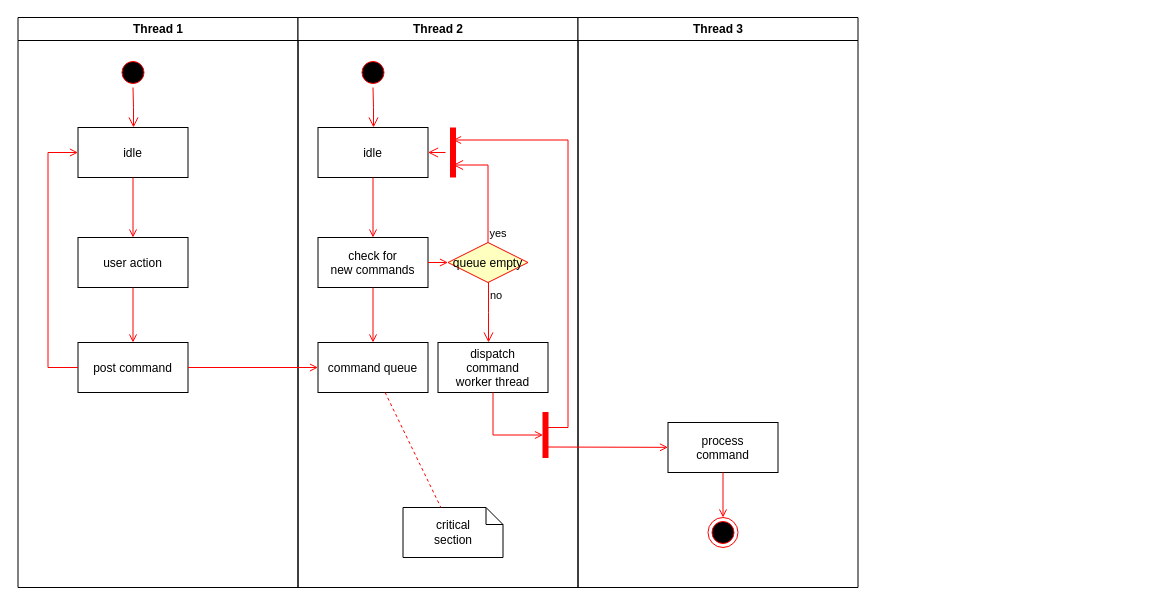
The draw.io diagram page "swimlane 1" (1 of 4) of activity diagram.drawio in Rubibodadoo/drawio-, before the edit. Source tidied: cells renumbered, new cells numbered last; positions are measured from the earlier drawing's top-left corner, leaving out a move shared by most shapes. Both pictures are drawn from the tidied source at 100%, with x=0, y=0 at pixel (17, 17).
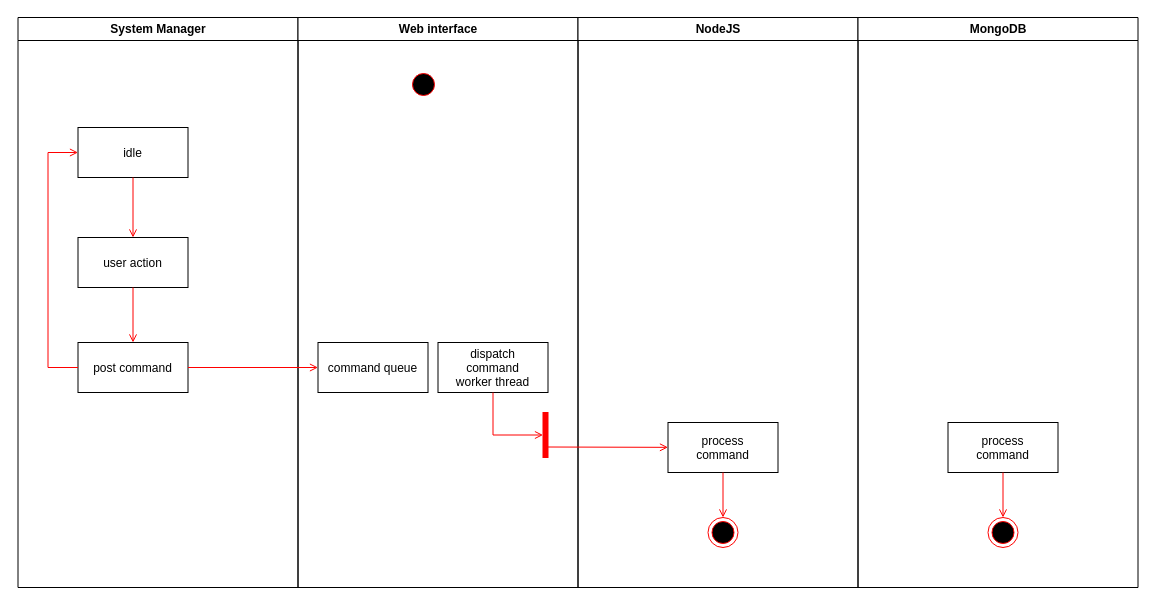
After the change.

The change refers to these unchanged cells:
```xml
<mxCell id="5" value="idle" parent="2" vertex="1">
  <mxGeometry x="60" y="110" width="110" height="50" as="geometry" />
</mxCell>
<mxCell id="17" value="command queue" parent="11" vertex="1">
  <mxGeometry x="20" y="325" width="110" height="50" as="geometry" />
</mxCell>
<mxCell id="25" value="dispatch&#10;command&#10;worker thread" parent="11" vertex="1">
  <mxGeometry x="140" y="325" width="110" height="50" as="geometry" />
</mxCell>
```

Diff of the diagram source:
```diff
@@
-    <mxCell id="2" value="Thread 1" style="swimlane;whiteSpace=wrap;" parent="1" vertex="1">
+    <mxCell id="2" value="System Manager" style="swimlane;whiteSpace=wrap;" parent="1" vertex="1">
       <mxGeometry x="0.5" width="280" height="570" as="geometry" />
     </mxCell>
-    <mxCell id="3" style="ellipse;shape=startState;fillColor=#000000;strokeColor=#ff0000;" parent="2" vertex="1">
-      <mxGeometry x="100" y="40" width="30" height="30" as="geometry" />
-    </mxCell>
-    <mxCell id="4" style="edgeStyle=elbowEdgeStyle;elbow=horizontal;verticalAlign=bottom;endArrow=open;endSize=8;strokeColor=#FF0000;endFill=1;rounded=0;" parent="2" edge="1" source="3" target="5">
-      <mxGeometry x="100" y="40" as="geometry" />
-    </mxCell>
@@
-    <mxCell id="11" value="Thread 2" style="swimlane;whiteSpace=wrap;" parent="1" vertex="1">
+    <mxCell id="11" value="Web interface" style="swimlane;whiteSpace=wrap;startSize=23;" parent="1" vertex="1">
       <mxGeometry x="280.5" width="280" height="570" as="geometry" />
     </mxCell>
-    <mxCell id="12" style="ellipse;shape=startState;fillColor=#000000;strokeColor=#ff0000;" parent="11" vertex="1">
-      <mxGeometry x="60" y="40" width="30" height="30" as="geometry" />
-    </mxCell>
-    <mxCell id="13" style="edgeStyle=elbowEdgeStyle;elbow=horizontal;verticalAlign=bottom;endArrow=open;endSize=8;strokeColor=#FF0000;endFill=1;rounded=0;" parent="11" edge="1" source="12" target="14">
-      <mxGeometry x="40" y="20" as="geometry" />
-    </mxCell>
-    <mxCell id="14" value="idle" parent="11" vertex="1">
-      <mxGeometry x="20" y="110" width="110" height="50" as="geometry" />
-    </mxCell>
-    <mxCell id="15" value="check for &#10;new commands" parent="11" vertex="1">
-      <mxGeometry x="20" y="220" width="110" height="50" as="geometry" />
-    </mxCell>
-    <mxCell id="16" style="endArrow=open;strokeColor=#FF0000;endFill=1;rounded=0;" parent="11" edge="1" source="14" target="15">
-      <mxGeometry relative="1" as="geometry" />
-    </mxCell>
@@
-    <mxCell id="18" style="endArrow=open;strokeColor=#FF0000;endFill=1;rounded=0;" parent="11" edge="1" source="15" target="17">
-      <mxGeometry relative="1" as="geometry" />
-    </mxCell>
-    <mxCell id="19" value="queue empty" style="rhombus;fillColor=#ffffc0;strokeColor=#ff0000;" parent="11" vertex="1">
-      <mxGeometry x="150" y="225" width="80" height="40" as="geometry" />
-    </mxCell>
-    <mxCell id="20" value="yes" style="edgeStyle=elbowEdgeStyle;elbow=horizontal;align=left;verticalAlign=bottom;endArrow=open;endSize=8;strokeColor=#FF0000;exitX=0.5;exitY=0;endFill=1;rounded=0;entryX=0.75;entryY=0.5;entryPerimeter=0;" parent="11" edge="1" source="19" target="23">
-      <mxGeometry x="-1" relative="1" as="geometry">
-        <Array as="points">
-          <mxPoint x="190" y="180" />
-        </Array>
-      </mxGeometry>
-    </mxCell>
-    <mxCell id="21" value="no" style="edgeStyle=elbowEdgeStyle;elbow=horizontal;align=left;verticalAlign=top;endArrow=open;endSize=8;strokeColor=#FF0000;endFill=1;rounded=0;" parent="11" edge="1" source="19" target="25">
-      <mxGeometry x="-1" relative="1" as="geometry" />
-    </mxCell>
-    <mxCell id="22" style="endArrow=open;strokeColor=#FF0000;endFill=1;rounded=0;" parent="11" edge="1" source="15" target="19">
-      <mxGeometry relative="1" as="geometry" />
-    </mxCell>
-    <mxCell id="23" style="shape=line;strokeWidth=6;strokeColor=#ff0000;rotation=90;" parent="11" vertex="1">
-      <mxGeometry x="130" y="127.5" width="50" height="15" as="geometry" />
-    </mxCell>
-    <mxCell id="24" style="edgeStyle=elbowEdgeStyle;elbow=horizontal;verticalAlign=bottom;endArrow=open;endSize=8;strokeColor=#FF0000;endFill=1;rounded=0;" parent="11" edge="1" source="23" target="14">
-      <mxGeometry x="130" y="90" as="geometry" />
-    </mxCell>
@@
-    <mxCell id="26" value="critical&#10;section" style="shape=note;whiteSpace=wrap;size=17;" parent="11" vertex="1">
-      <mxGeometry x="105" y="490" width="100" height="50" as="geometry" />
-    </mxCell>
-    <mxCell id="27" style="endArrow=none;strokeColor=#FF0000;endFill=0;rounded=0;dashed=1;" parent="11" edge="1" source="17" target="26">
-      <mxGeometry relative="1" as="geometry" />
-    </mxCell>
@@
+    <mxCell id="3" style="ellipse;shape=startState;fillColor=#000000;strokeColor=#ff0000;" parent="11" vertex="1">
+      <mxGeometry x="110.5" y="52" width="30" height="30" as="geometry" />
+    </mxCell>
-    <mxCell id="30" value="Thread 3" style="swimlane;whiteSpace=wrap;" parent="1" vertex="1">
+    <mxCell id="30" value="NodeJS" style="swimlane;whiteSpace=wrap;startSize=23;" parent="1" vertex="1">
       <mxGeometry x="560.5" width="280" height="570" as="geometry" />
     </mxCell>
@@
-    <mxCell id="32" style="edgeStyle=elbowEdgeStyle;elbow=horizontal;strokeColor=#FF0000;endArrow=open;endFill=1;rounded=0;entryX=0.25;entryY=0.5;entryPerimeter=0;" parent="30" edge="1" target="23">
-      <mxGeometry relative="1" as="geometry">
-        <mxPoint x="-30" y="410" as="sourcePoint" />
-        <Array as="points">
-          <mxPoint x="-10" y="135" />
-        </Array>
-      </mxGeometry>
-    </mxCell>
@@
+    <mxCell id="37" value="MongoDB" style="swimlane;whiteSpace=wrap;" parent="1" vertex="1">
+      <mxGeometry x="840.5" width="280" height="570" as="geometry" />
+    </mxCell>
+    <mxCell id="38" value="process&#10;command" parent="37" vertex="1">
+      <mxGeometry x="90" y="405" width="110" height="50" as="geometry" />
+    </mxCell>
+    <mxCell id="39" style="ellipse;shape=endState;fillColor=#000000;strokeColor=#ff0000;" parent="37" vertex="1">
+      <mxGeometry x="130" y="500" width="30" height="30" as="geometry" />
+    </mxCell>
+    <mxCell id="40" style="endArrow=open;strokeColor=#FF0000;endFill=1;rounded=0;" parent="37" edge="1" source="38" target="39">
+      <mxGeometry relative="1" as="geometry" />
+    </mxCell>
```
